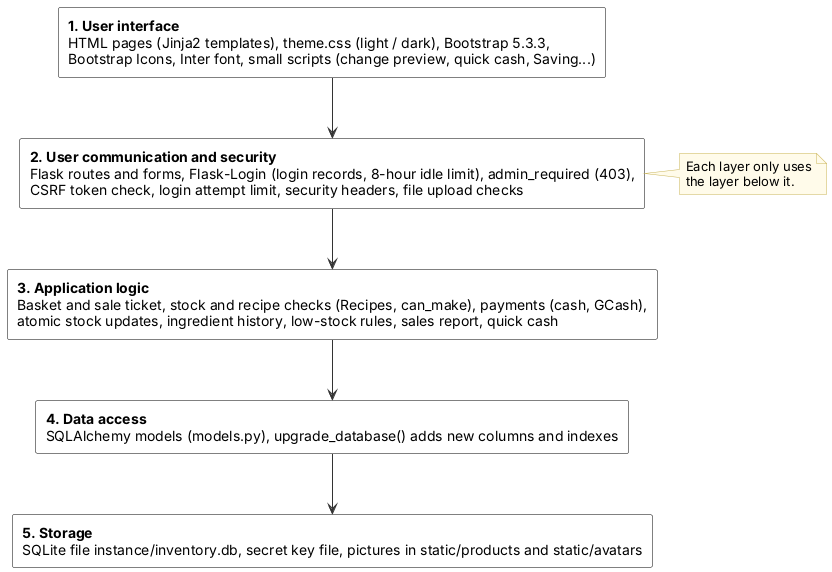
Above: diagrams/uml/26_architecture_layers.png in JmlAsync/inventory-pos-system (PlantUML), before the change. Source of this version:
```plantuml
@startuml
skinparam defaultFontName Arial
skinparam shadowing false
skinparam ArrowColor #333333
skinparam rectangle {
  BackgroundColor White
  BorderColor Black
}
skinparam usecase {
  BackgroundColor White
  BorderColor Black
}
skinparam class {
  BackgroundColor White
  BorderColor Black
  HeaderBackgroundColor #E6F1EE
}
skinparam activity {
  BackgroundColor White
  BorderColor Black
}
skinparam state {
  BackgroundColor White
  BorderColor Black
}
skinparam sequence {
  ParticipantBackgroundColor White
  ParticipantBorderColor Black
  LifeLineBorderColor #888888
  ActorBorderColor Black
  ActorBackgroundColor White
}
skinparam note {
  BackgroundColor #FFFBEA
  BorderColor #C9B458
}
skinparam swimlaneWidth same
hide circle

skinparam rectangle {
  BackgroundColor White
  BorderColor Black
}
rectangle "<b>1. User interface</b>\nHTML pages (Jinja2 templates), theme.css (light / dark), Bootstrap 5.3.3,\nBootstrap Icons, Inter font, small scripts (change preview, quick cash, Saving...)" as ui
rectangle "<b>2. User communication and security</b>\nFlask routes and forms, Flask-Login (login records, 8-hour idle limit), admin_required (403),\nCSRF token check, login attempt limit, security headers, file upload checks" as sec
rectangle "<b>3. Application logic</b>\nBasket and sale ticket, stock and recipe checks (Recipes, can_make), payments (cash, GCash),\natomic stock updates, ingredient history, low-stock rules, sales report, quick cash" as logic
rectangle "<b>4. Data access</b>\nSQLAlchemy models (models.py), upgrade_database() adds new columns and indexes" as data
rectangle "<b>5. Storage</b>\nSQLite file instance/inventory.db, secret key file, pictures in static/products and static/avatars" as store
ui -down-> sec
sec -down-> logic
logic -down-> data
data -down-> store
note right of sec
  Each layer only uses
  the layer below it.
end note
@enduml
```
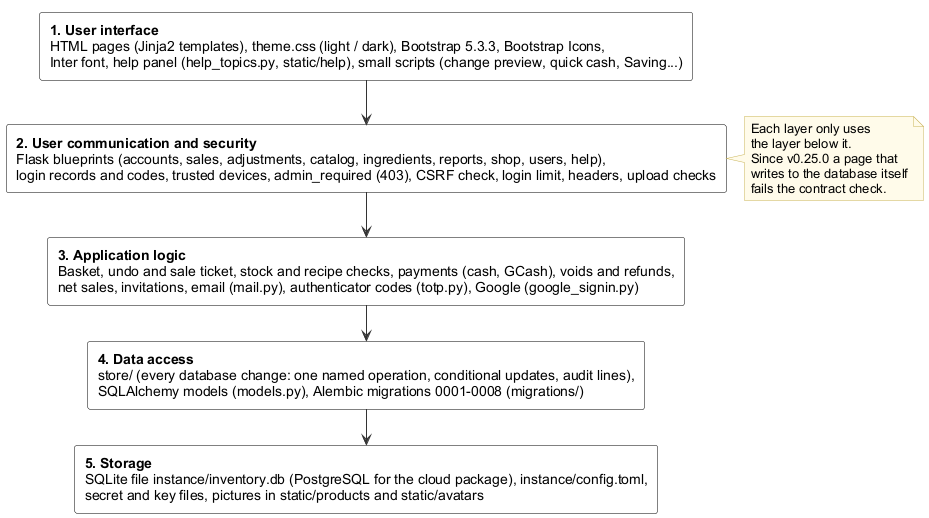
The same file after the commit.

What changed in the source:
```diff
@@ -1,4 +1,5 @@
 @startuml
+!pragma layout smetana
 skinparam defaultFontName Arial
 skinparam shadowing false
 skinparam ArrowColor #333333
@@ -41,11 +42,11 @@
   BackgroundColor White
   BorderColor Black
 }
-rectangle "<b>1. User interface</b>\nHTML pages (Jinja2 templates), theme.css (light / dark), Bootstrap 5.3.3,\nBootstrap Icons, Inter font, small scripts (change preview, quick cash, Saving...)" as ui
-rectangle "<b>2. User communication and security</b>\nFlask routes and forms, Flask-Login (login records, 8-hour idle limit), admin_required (403),\nCSRF token check, login attempt limit, security headers, file upload checks" as sec
-rectangle "<b>3. Application logic</b>\nBasket and sale ticket, stock and recipe checks (Recipes, can_make), payments (cash, GCash),\natomic stock updates, ingredient history, low-stock rules, sales report, quick cash" as logic
-rectangle "<b>4. Data access</b>\nSQLAlchemy models (models.py), upgrade_database() adds new columns and indexes" as data
-rectangle "<b>5. Storage</b>\nSQLite file instance/inventory.db, secret key file, pictures in static/products and static/avatars" as store
+rectangle "<b>1. User interface</b>\nHTML pages (Jinja2 templates), theme.css (light / dark), Bootstrap 5.3.3, Bootstrap Icons,\nInter font, help panel (help_topics.py, static/help), small scripts (change preview, quick cash, Saving...)" as ui
+rectangle "<b>2. User communication and security</b>\nFlask blueprints (accounts, sales, adjustments, catalog, ingredients, reports, shop, users, help),\nlogin records and codes, trusted devices, admin_required (403), CSRF check, login limit, headers, upload checks" as sec
+rectangle "<b>3. Application logic</b>\nBasket, undo and sale ticket, stock and recipe checks, payments (cash, GCash), voids and refunds,\nnet sales, invitations, email (mail.py), authenticator codes (totp.py), Google (google_signin.py)" as logic
+rectangle "<b>4. Data access</b>\nstore/ (every database change: one named operation, conditional updates, audit lines),\nSQLAlchemy models (models.py), Alembic migrations 0001-0008 (migrations/)" as data
+rectangle "<b>5. Storage</b>\nSQLite file instance/inventory.db (PostgreSQL for the cloud package), instance/config.toml,\nsecret and key files, pictures in static/products and static/avatars" as store
 ui -down-> sec
 sec -down-> logic
 logic -down-> data
@@ -53,5 +54,8 @@
 note right of sec
   Each layer only uses
   the layer below it.
+  Since v0.25.0 a page that
+  writes to the database itself
+  fails the contract check.
 end note
 @enduml
```
